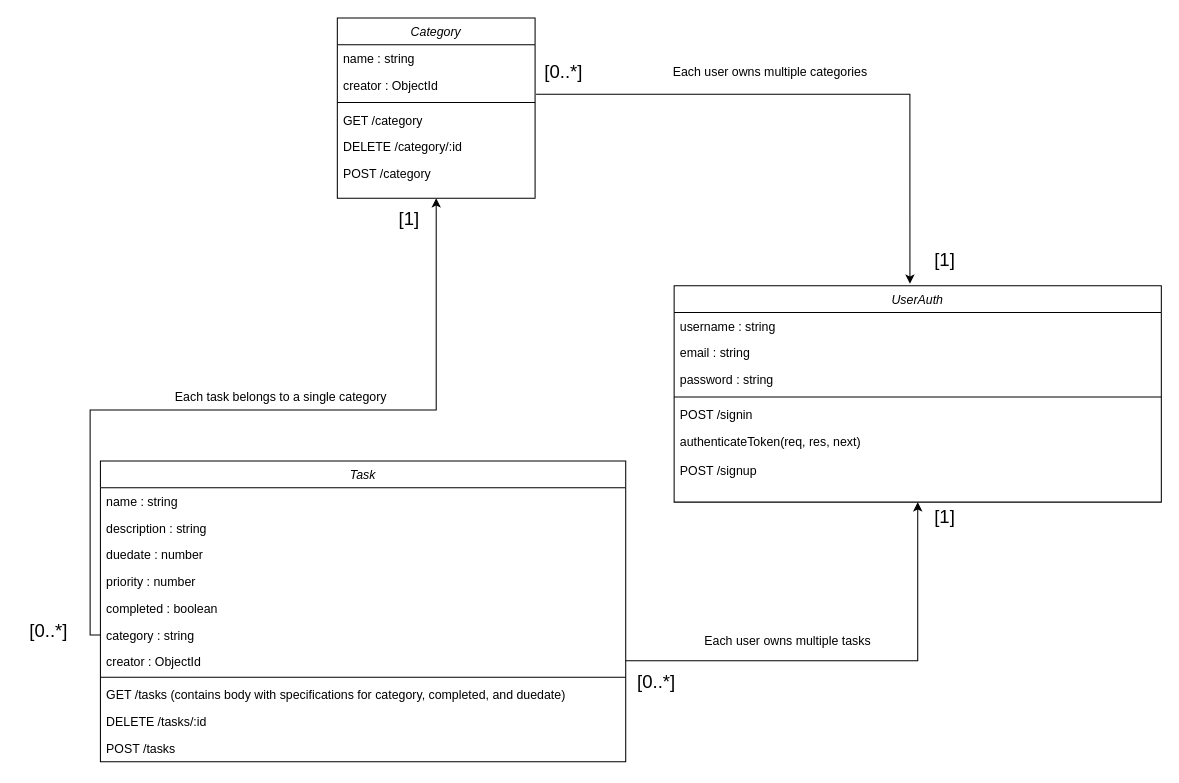
Before: UMLDataModel.drawio in SahilGoel05/COMPLEX_PANDAS, a draw.io diagram. Source tidied: cells renumbered, new cells numbered last; positions are measured from the earlier drawing's top-left corner, leaving out a move shared by most shapes. Both pictures are drawn from the tidied source at 103%, with x=0, y=0 at pixel (18, 18).
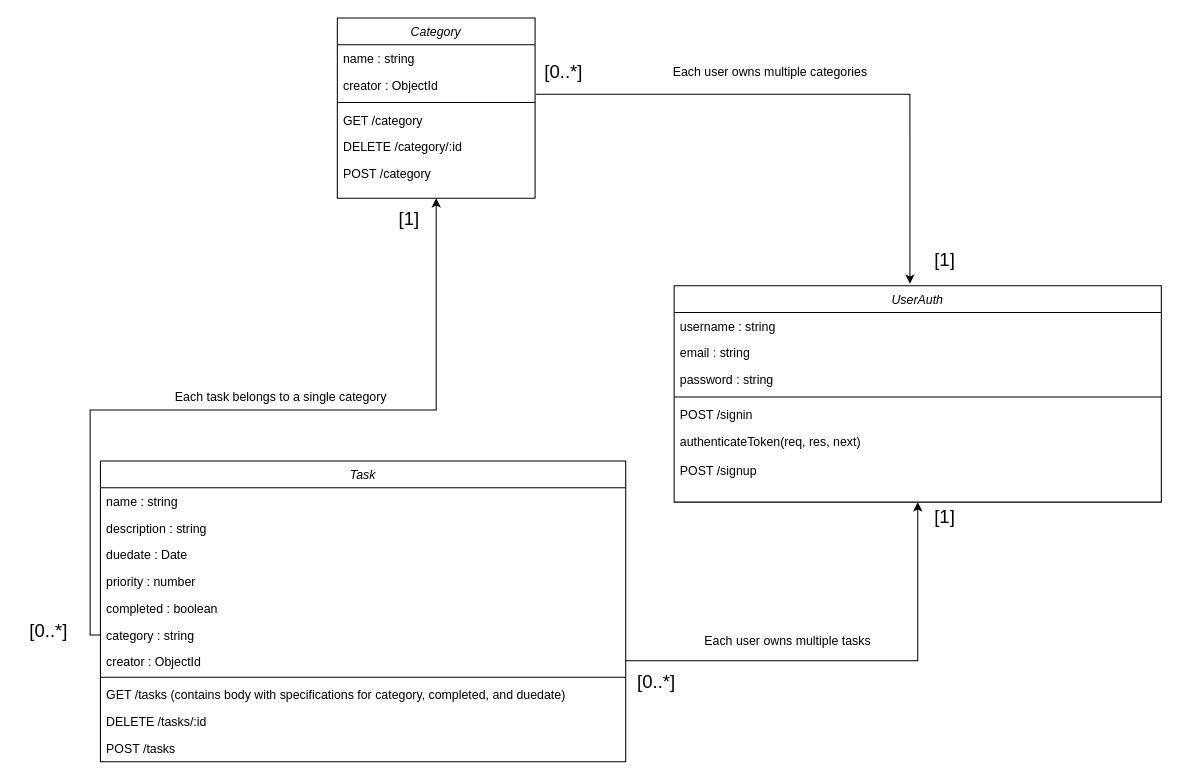
The same diagram, later.

Unchanged cells that the change refers to:
```xml
<mxCell id="10" value="Task" style="swimlane;fontStyle=2;align=center;verticalAlign=top;horizontal=1;startSize=26;rounded=0;shadow=0;strokeWidth=1;" parent="1" vertex="1">
  <mxGeometry x="80" y="430" width="510" height="292" as="geometry" />
</mxCell>
```

Diff of the diagram source:
```diff
@@
-    <mxCell id="13" value="duedate : number" style="text;align=left;verticalAlign=top;spacingLeft=4;spacingRight=4;overflow=hidden;rounded=0;shadow=0;html=0;" parent="10" vertex="1">
+    <mxCell id="13" value="duedate : Date" style="text;align=left;verticalAlign=top;spacingLeft=4;spacingRight=4;overflow=hidden;rounded=0;shadow=0;html=0;" parent="10" vertex="1">
       <mxGeometry y="78" width="510" height="26" as="geometry" />
     </mxCell>
```
